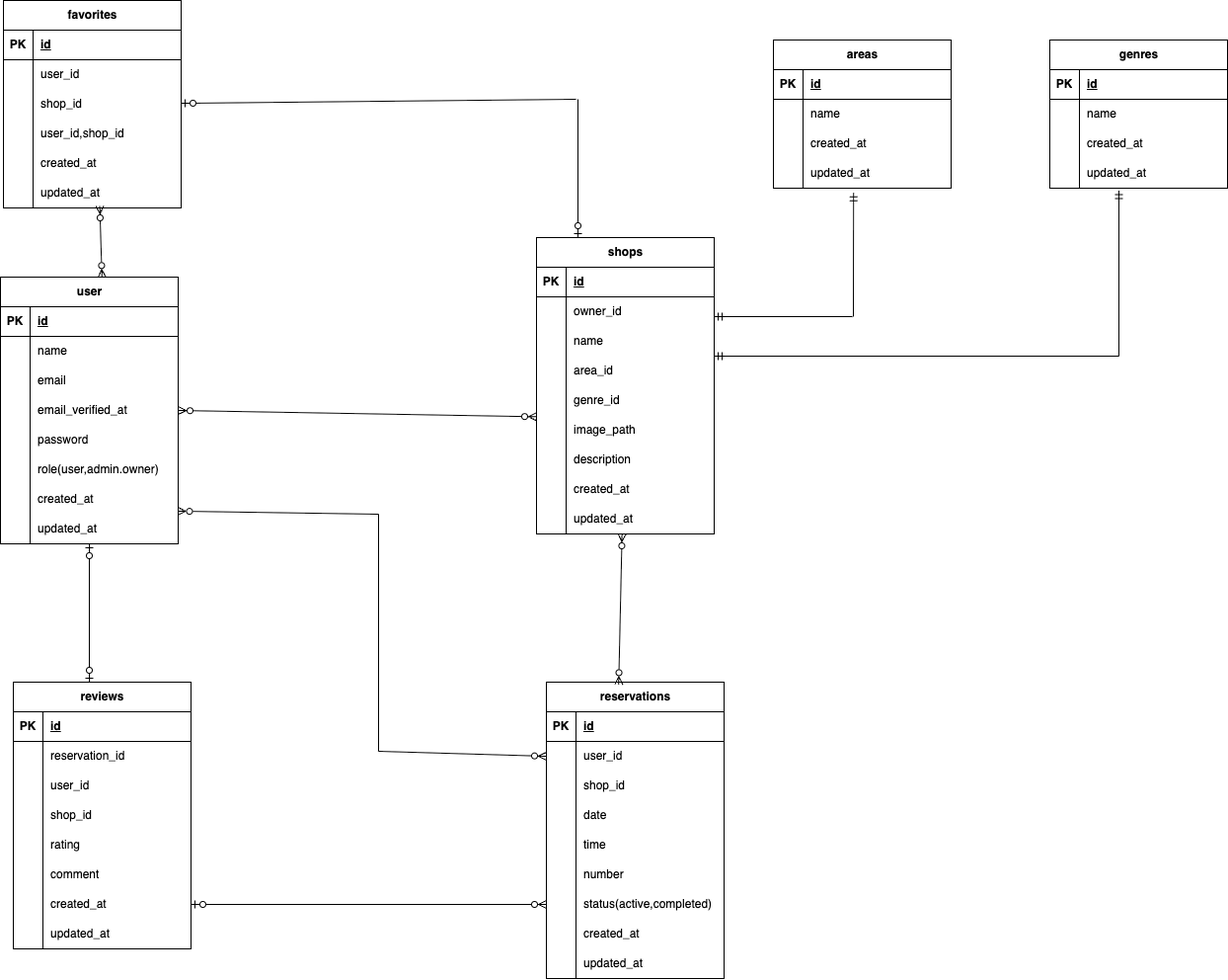
Above: ER.drawio.png in hashimotoshinya/reservation-rese (draw.io), before the change. Source tidied: cells renumbered, new cells last; positions are measured from the earlier drawing's top-left corner, leaving out a move shared by most shapes.
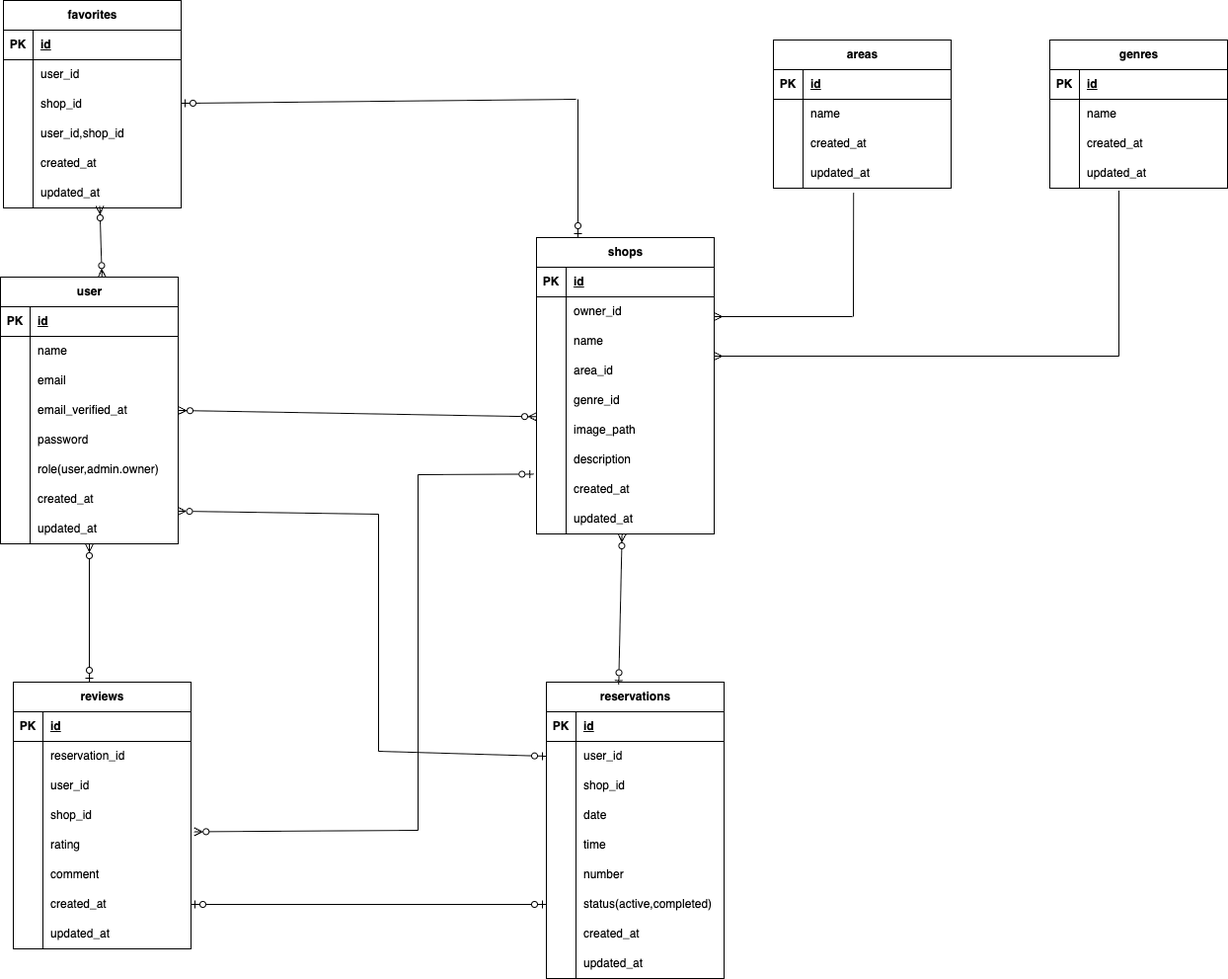
The same diagram one commit later.

What changed in the source:
```diff
@@ -455,23 +455,23 @@
     <mxCell id="152" value="updated_at" style="shape=partialRectangle;fillColor=none;top=0;left=0;bottom=0;right=0;align=left;spacingLeft=6;overflow=hidden;whiteSpace=wrap;html=1;" parent="150" vertex="1">
       <mxGeometry x="30" width="150" height="30" as="geometry" />
     </mxCell>
-    <mxCell id="153" style="endArrow=ERmandOne;html=1;entryX=0.389;entryY=1.082;entryDx=0;entryDy=0;entryPerimeter=0;startArrow=none;startFill=0;endFill=0;" parent="1" edge="1" target="50">
+    <mxCell id="153" style="endArrow=none;html=1;entryX=0.389;entryY=1.082;entryDx=0;entryDy=0;entryPerimeter=0;startArrow=none;startFill=0;endFill=0;" parent="1" edge="1" target="50">
       <mxGeometry relative="1" as="geometry">
         <mxPoint x="1133" y="360" as="sourcePoint" />
       </mxGeometry>
     </mxCell>
-    <mxCell id="154" style="endArrow=ERmandOne;html=1;endFill=0;" parent="1" edge="1">
+    <mxCell id="154" style="endArrow=ERmany;html=1;endFill=0;" parent="1" edge="1">
       <mxGeometry relative="1" as="geometry">
         <mxPoint x="1133" y="360" as="sourcePoint" />
         <mxPoint x="723" y="360" as="targetPoint" />
       </mxGeometry>
     </mxCell>
-    <mxCell id="155" style="endArrow=ERmandOne;html=1;entryX=0.451;entryY=1.157;entryDx=0;entryDy=0;entryPerimeter=0;startArrow=none;startFill=0;endFill=0;" parent="1" edge="1" target="37">
+    <mxCell id="155" style="endArrow=none;html=1;entryX=0.451;entryY=1.157;entryDx=0;entryDy=0;entryPerimeter=0;startArrow=none;startFill=0;endFill=0;" parent="1" edge="1" target="37">
       <mxGeometry relative="1" as="geometry">
         <mxPoint x="864" y="320" as="sourcePoint" />
       </mxGeometry>
     </mxCell>
-    <mxCell id="156" style="endArrow=none;html=1;endFill=0;startArrow=ERmandOne;startFill=0;" parent="1" edge="1">
+    <mxCell id="156" style="endArrow=none;html=1;endFill=0;startArrow=ERmany;startFill=0;" parent="1" edge="1">
       <mxGeometry relative="1" as="geometry">
         <mxPoint x="723" y="320" as="sourcePoint" />
         <mxPoint x="863" y="320" as="targetPoint" />
@@ -480,18 +480,18 @@
     <mxCell id="157" style="endArrow=ERzeroToMany;html=1;exitX=1;exitY=0.5;exitDx=0;exitDy=0;entryX=0;entryY=0.045;entryDx=0;entryDy=0;entryPerimeter=0;startArrow=ERzeroToMany;startFill=0;endFill=0;" parent="1" edge="1" source="12" target="69">
       <mxGeometry relative="1" as="geometry" />
     </mxCell>
-    <mxCell id="158" style="endArrow=ERzeroToMany;html=1;exitX=1;exitY=0.5;exitDx=0;exitDy=0;entryX=0;entryY=0.5;entryDx=0;entryDy=0;startArrow=ERzeroToOne;startFill=0;endFill=0;" parent="1" edge="1" source="147" target="119">
+    <mxCell id="158" style="endArrow=ERzeroToOne;html=1;exitX=1;exitY=0.5;exitDx=0;exitDy=0;entryX=0;entryY=0.5;entryDx=0;entryDy=0;startArrow=ERzeroToOne;startFill=0;endFill=0;" parent="1" edge="1" source="147" target="119">
       <mxGeometry relative="1" as="geometry" />
     </mxCell>
     <mxCell id="159" style="endArrow=ERzeroToMany;html=1;entryX=0.542;entryY=0.934;entryDx=0;entryDy=0;entryPerimeter=0;exitX=0.571;exitY=0.001;exitDx=0;exitDy=0;exitPerimeter=0;endFill=0;startArrow=ERzeroToMany;startFill=0;" parent="1" edge="1" source="2" target="97">
       <mxGeometry relative="1" as="geometry" />
     </mxCell>
-    <mxCell id="160" style="edgeStyle=none;html=1;endArrow=ERzeroToOne;endFill=0;startArrow=ERzeroToOne;startFill=0;" parent="1" edge="1" source="2">
+    <mxCell id="160" style="edgeStyle=none;html=1;endArrow=ERzeroToOne;endFill=0;startArrow=ERzeroToMany;startFill=0;" parent="1" edge="1" source="2">
       <mxGeometry relative="1" as="geometry">
         <mxPoint x="90" y="690" as="targetPoint" />
       </mxGeometry>
     </mxCell>
-    <mxCell id="161" style="edgeStyle=none;html=1;entryX=0.407;entryY=0.008;entryDx=0;entryDy=0;entryPerimeter=0;endArrow=ERzeroToMany;endFill=0;startArrow=ERzeroToMany;startFill=0;" parent="1" edge="1" source="53" target="100">
+    <mxCell id="161" style="edgeStyle=none;html=1;entryX=0.407;entryY=0.008;entryDx=0;entryDy=0;entryPerimeter=0;endArrow=ERzeroToOne;endFill=0;startArrow=ERzeroToMany;startFill=0;" parent="1" edge="1" source="53" target="100">
       <mxGeometry relative="1" as="geometry" />
     </mxCell>
     <mxCell id="162" style="edgeStyle=none;html=1;endArrow=none;endFill=0;startArrow=ERzeroToOne;startFill=0;" parent="1" edge="1" source="88">
@@ -516,10 +516,26 @@
         <mxPoint x="383" y="520" as="targetPoint" />
       </mxGeometry>
     </mxCell>
-    <mxCell id="166" style="endArrow=ERzeroToMany;html=1;entryX=0;entryY=0.5;entryDx=0;entryDy=0;endFill=0;" parent="1" edge="1" target="104">
+    <mxCell id="166" style="endArrow=ERzeroToOne;html=1;entryX=0;entryY=0.5;entryDx=0;entryDy=0;endFill=0;" parent="1" edge="1" target="104">
       <mxGeometry relative="1" as="geometry">
         <mxPoint x="383" y="760" as="sourcePoint" />
       </mxGeometry>
     </mxCell>
+    <mxCell id="167" style="endArrow=ERzeroToOne;html=1;entryX=-0.015;entryY=0.981;entryDx=0;entryDy=0;entryPerimeter=0;endFill=0;" parent="1" edge="1" target="72">
+      <mxGeometry relative="1" as="geometry">
+        <mxPoint x="423" y="480" as="sourcePoint" />
+      </mxGeometry>
+    </mxCell>
+    <mxCell id="168" style="endArrow=none;html=1;" parent="1" edge="1">
+      <mxGeometry relative="1" as="geometry">
+        <mxPoint x="423" y="840" as="sourcePoint" />
+        <mxPoint x="423" y="480" as="targetPoint" />
+      </mxGeometry>
+    </mxCell>
+    <mxCell id="169" style="endArrow=none;html=1;exitX=1.018;exitY=0.048;exitDx=0;exitDy=0;exitPerimeter=0;startArrow=ERzeroToMany;startFill=0;" parent="1" edge="1" source="141">
+      <mxGeometry relative="1" as="geometry">
+        <mxPoint x="423" y="840" as="targetPoint" />
+      </mxGeometry>
+    </mxCell>
   </root>
 </mxGraphModel>
```
